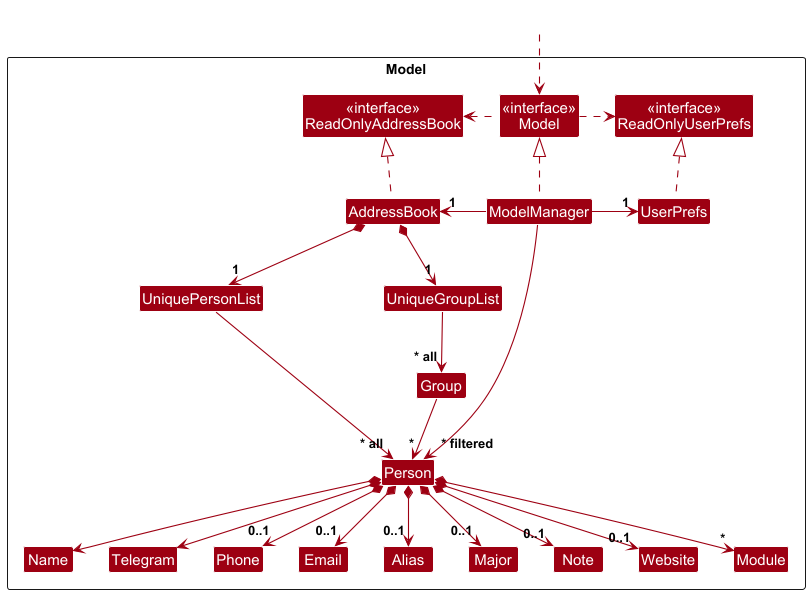
Earlier version of the PlantUML export docs/images/ModelClassDiagram.png (yjunyeu/tp).
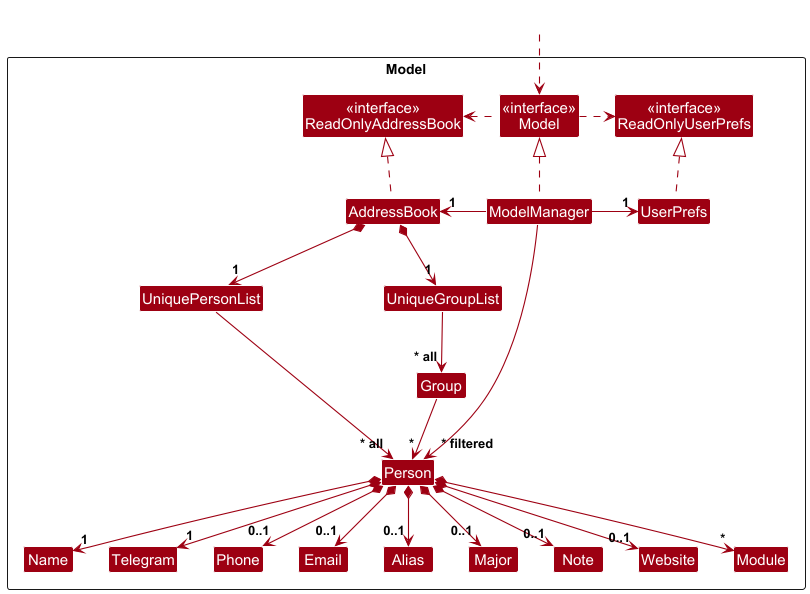
Later version of the same file.

Commit message:
Fix multiplicity for "model" class diagram and "better model class" diagram

What changed in the source:
```diff
@@ -46,8 +46,8 @@
 UniquePersonList --> "~* all" Person
 UniqueGroupList --> "~* all" Group
 Group --> "~*" Person
-Person *--> Name
-Person *--> Telegram
+Person *--> "1" Name
+Person *--> "1" Telegram
 Person *--> "0..1" Phone
 Person *--> "0..1" Email
 Person *--> "0..1" Alias
```
